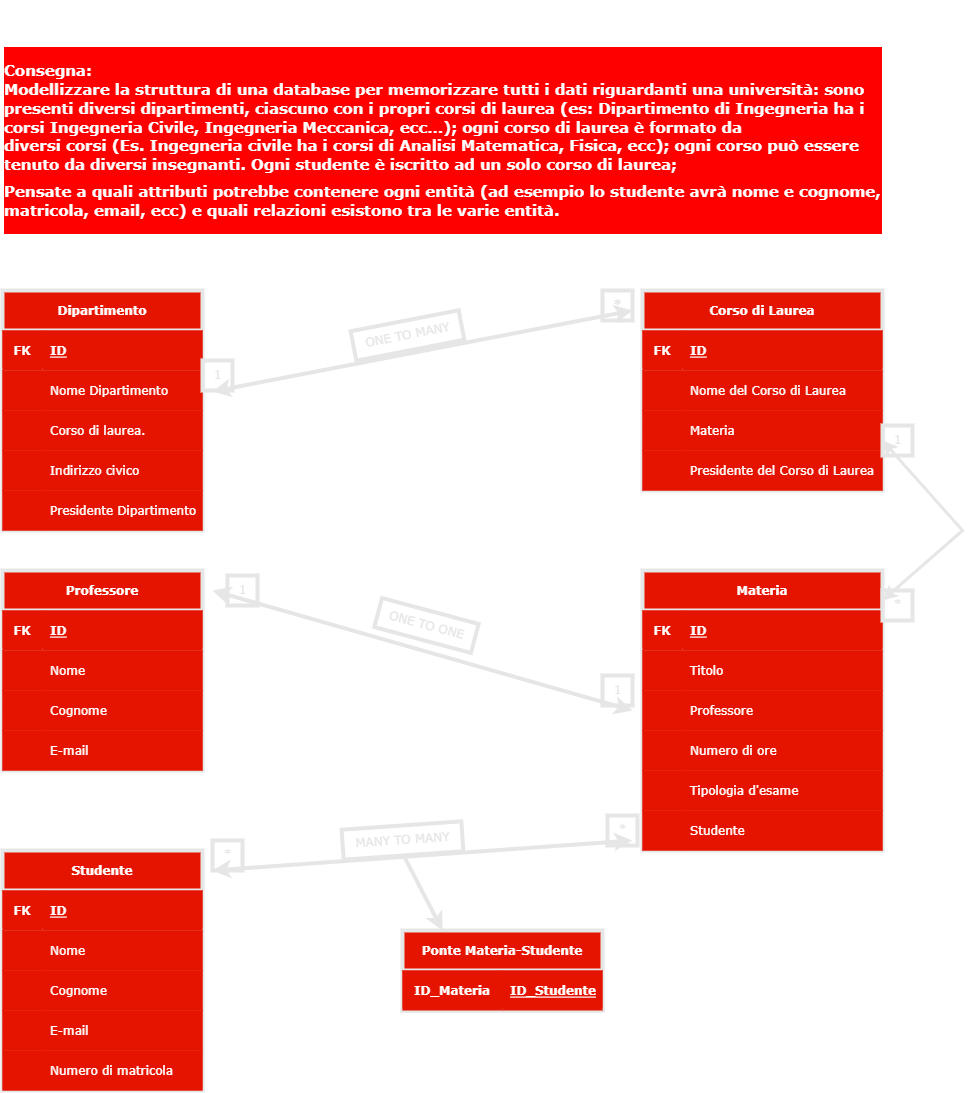
The draw.io diagram database diagram/Diagramma E-R.drawio.png in davidectna/db-university, before a commit. Source tidied: cells renumbered, new cells last; positions are measured from the earlier drawing's top-left corner, leaving out a move shared by most shapes.
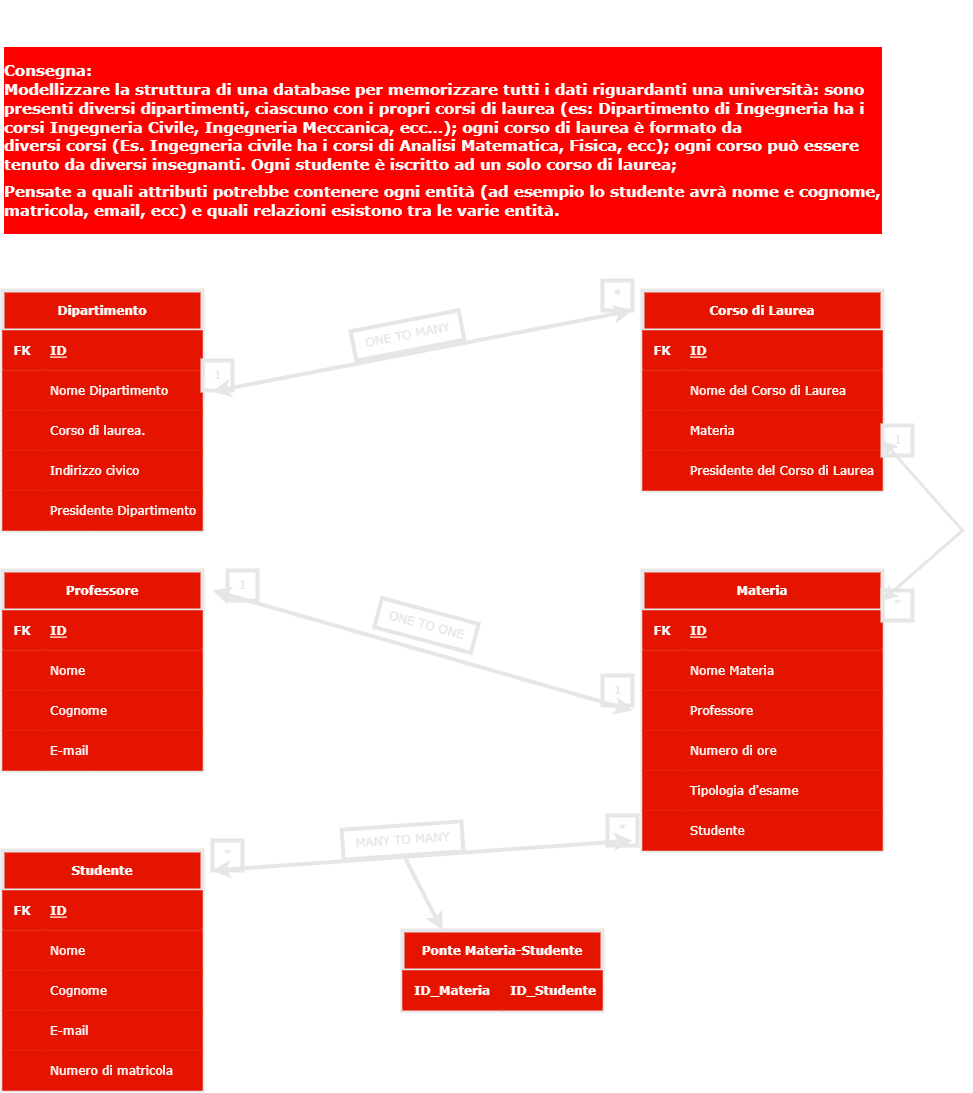
Later version of the same file.

The edit, as a diff of the source:
```diff
@@ -99,7 +99,7 @@
       </mxGeometry>
     </mxCell>
     <mxCell id="33" value="&lt;b&gt;&lt;font color=&quot;#e6e6e6&quot;&gt;*&lt;/font&gt;&lt;/b&gt;" style="text;html=1;align=center;verticalAlign=middle;fontFamily=Verdana;labelBackgroundColor=none;strokeWidth=4;strokeColor=#E6E6E6;" parent="1" vertex="1">
-      <mxGeometry x="600" y="290" width="30" height="30" as="geometry" />
+      <mxGeometry x="600" y="280" width="30" height="30" as="geometry" />
     </mxCell>
     <mxCell id="34" value="&lt;font color=&quot;#e6e6e6&quot;&gt;1&lt;/font&gt;" style="text;html=1;align=center;verticalAlign=middle;fontFamily=Verdana;labelBackgroundColor=none;strokeWidth=4;strokeColor=#E6E6E6;" parent="1" vertex="1">
       <mxGeometry x="200" y="360" width="30" height="30" as="geometry" />
@@ -125,7 +125,7 @@
     <mxCell id="41" style="shape=partialRectangle;fillColor=#e51400;top=0;left=0;bottom=0;right=0;overflow=hidden;labelBackgroundColor=none;labelBorderColor=none;fontFamily=Verdana;strokeColor=#E6E6E6;fontColor=#ffffff;strokeWidth=4;" parent="40" vertex="1">
       <mxGeometry width="40" height="40" as="geometry" />
     </mxCell>
-    <mxCell id="42" value="Titolo" style="shape=partialRectangle;fillColor=#e51400;top=0;left=0;bottom=0;right=0;align=left;spacingLeft=6;overflow=hidden;labelBackgroundColor=none;labelBorderColor=none;fontFamily=Verdana;strokeColor=#E6E6E6;fontColor=#ffffff;strokeWidth=4;" parent="40" vertex="1">
+    <mxCell id="42" value="Nome Materia" style="shape=partialRectangle;fillColor=#e51400;top=0;left=0;bottom=0;right=0;align=left;spacingLeft=6;overflow=hidden;labelBackgroundColor=none;labelBorderColor=none;fontFamily=Verdana;strokeColor=#E6E6E6;fontColor=#ffffff;strokeWidth=4;" parent="40" vertex="1">
       <mxGeometry x="40" width="200" height="40" as="geometry" />
     </mxCell>
     <mxCell id="43" style="shape=tableRow;horizontal=0;startSize=0;swimlaneHead=0;swimlaneBody=0;fillColor=#e51400;top=0;left=0;right=0;bottom=0;labelBackgroundColor=none;labelBorderColor=none;fontFamily=Verdana;strokeColor=#E6E6E6;fontColor=#ffffff;strokeWidth=4;" parent="36" vertex="1">
@@ -279,7 +279,7 @@
       </mxGeometry>
     </mxCell>
     <mxCell id="89" value="1" style="text;html=1;align=center;verticalAlign=middle;strokeColor=#E6E6E6;fillColor=none;fontFamily=Verdana;fontColor=#E6E6E6;strokeWidth=4;" parent="1" vertex="1">
-      <mxGeometry x="225" y="575" width="30" height="30" as="geometry" />
+      <mxGeometry x="225" y="570" width="30" height="30" as="geometry" />
     </mxCell>
     <mxCell id="90" value="1" style="text;html=1;align=center;verticalAlign=middle;strokeColor=#E6E6E6;fillColor=none;fontFamily=Verdana;fontColor=#E6E6E6;strokeWidth=4;" parent="1" vertex="1">
       <mxGeometry x="600" y="675" width="30" height="30" as="geometry" />
@@ -310,7 +310,7 @@
     <mxCell id="98" value="ID_Materia" style="shape=partialRectangle;fillColor=#e51400;top=0;left=0;bottom=0;right=0;fontStyle=1;overflow=hidden;labelBackgroundColor=none;labelBorderColor=none;fontFamily=Verdana;strokeColor=#E6E6E6;fontColor=#ffffff;strokeWidth=4;" parent="97" vertex="1">
       <mxGeometry width="100" height="40" as="geometry" />
     </mxCell>
-    <mxCell id="99" value="ID_Studente" style="shape=partialRectangle;fillColor=#e51400;top=0;left=0;bottom=0;right=0;align=left;spacingLeft=6;fontStyle=5;overflow=hidden;labelBackgroundColor=none;labelBorderColor=none;fontFamily=Verdana;strokeColor=#E6E6E6;fontColor=#ffffff;strokeWidth=4;" parent="97" vertex="1">
+    <mxCell id="99" value="ID_Studente" style="shape=partialRectangle;fillColor=#e51400;top=0;left=0;bottom=0;right=0;align=left;spacingLeft=6;fontStyle=1;overflow=hidden;labelBackgroundColor=none;labelBorderColor=none;fontFamily=Verdana;strokeColor=#E6E6E6;fontColor=#ffffff;strokeWidth=4;" parent="97" vertex="1">
       <mxGeometry x="100" width="100" height="40" as="geometry" />
     </mxCell>
   </root>
```
